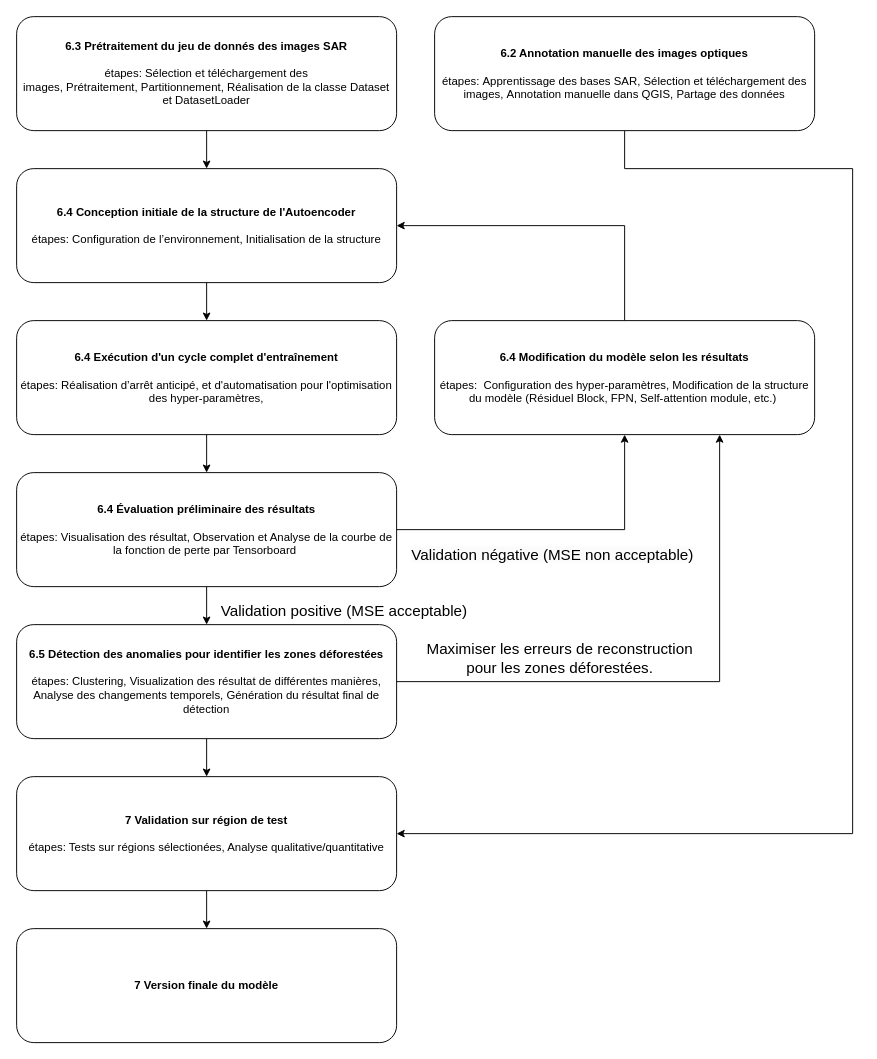
The draw.io diagram report/flow_chart/flow_chart.drawio in ZhangYiFan2003/SAR_Deforestation_Detection_Autoencoder, before the edit. Source tidied: cells renumbered, new cells numbered last; positions are measured from the earlier drawing's top-left corner, leaving out a move shared by most shapes. Both pictures are drawn from the tidied source at 95%, with x=0, y=0 at pixel (16, 16).
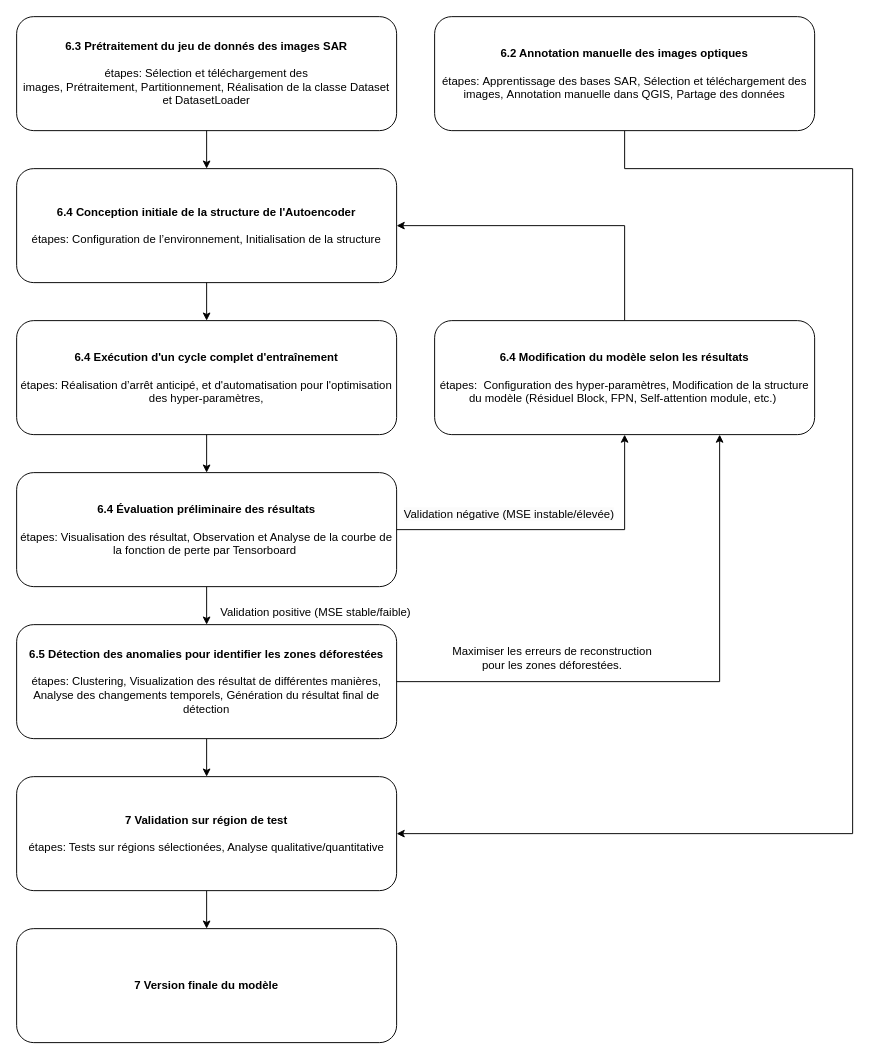
Above is the later version.

Commit message (it also covers changes not shown here):
update readme and requirements and flow chart

Diff of the diagram source:
```diff
@@
-    <mxCell id="18" value="Validation positive (MSE acceptable)" style="text;html=1;align=center;verticalAlign=middle;whiteSpace=wrap;rounded=0;fontSize=16;" parent="1" vertex="1">
-      <mxGeometry x="210" y="620" width="270" height="10" as="geometry" />
+    <mxCell id="18" value="&lt;font style=&quot;font-size: 12px;&quot;&gt;Validation positive (MSE stable/faible)&lt;/font&gt;" style="text;html=1;align=center;verticalAlign=middle;whiteSpace=wrap;rounded=0;fontSize=16;" parent="1" vertex="1">
+      <mxGeometry x="180" y="620" width="270" height="10" as="geometry" />
     </mxCell>
-    <mxCell id="19" value="&lt;span style=&quot;color: rgb(0, 0, 0); font-family: Helvetica; font-size: 16px; font-style: normal; font-variant-ligatures: normal; font-variant-caps: normal; font-weight: 400; letter-spacing: normal; orphans: 2; text-align: center; text-indent: 0px; text-transform: none; widows: 2; word-spacing: 0px; -webkit-text-stroke-width: 0px; white-space: normal; background-color: rgb(251, 251, 251); text-decoration-thickness: initial; text-decoration-style: initial; text-decoration-color: initial; float: none; display: inline !important;&quot;&gt;Validation négative (MSE non acceptable)&lt;/span&gt;&lt;div&gt;&lt;br&gt;&lt;/div&gt;" style="text;whiteSpace=wrap;html=1;" parent="1" vertex="1">
-      <mxGeometry x="414" y="550" width="316" height="20" as="geometry" />
+    <mxCell id="19" value="&lt;span style=&quot;color: rgb(0, 0, 0); font-family: Helvetica; font-style: normal; font-variant-ligatures: normal; font-variant-caps: normal; font-weight: 400; letter-spacing: normal; orphans: 2; text-align: center; text-indent: 0px; text-transform: none; widows: 2; word-spacing: 0px; -webkit-text-stroke-width: 0px; white-space: normal; background-color: rgb(251, 251, 251); text-decoration-thickness: initial; text-decoration-style: initial; text-decoration-color: initial; float: none; display: inline !important;&quot;&gt;&lt;font style=&quot;font-size: 12px;&quot;&gt;Validation négative (MSE instable/élevée)&lt;/font&gt;&lt;/span&gt;&lt;div&gt;&lt;br&gt;&lt;/div&gt;" style="text;whiteSpace=wrap;html=1;" parent="1" vertex="1">
+      <mxGeometry x="406" y="510" width="316" height="20" as="geometry" />
     </mxCell>
@@
-    <mxCell id="23" value="&lt;font style=&quot;font-size: 16px;&quot;&gt;Maximiser les erreurs de reconstruction pour les zones déforestées.&lt;/font&gt;" style="text;html=1;align=center;verticalAlign=middle;whiteSpace=wrap;rounded=0;" parent="1" vertex="1">
-      <mxGeometry x="422" y="660" width="300" height="30" as="geometry" />
+    <mxCell id="23" value="&lt;font style=&quot;font-size: 12px;&quot;&gt;Maximiser les erreurs de reconstruction pour les zones déforestées.&lt;/font&gt;" style="text;html=1;align=center;verticalAlign=middle;whiteSpace=wrap;rounded=0;" parent="1" vertex="1">
+      <mxGeometry x="447" y="660" width="234" height="30" as="geometry" />
     </mxCell>
```
